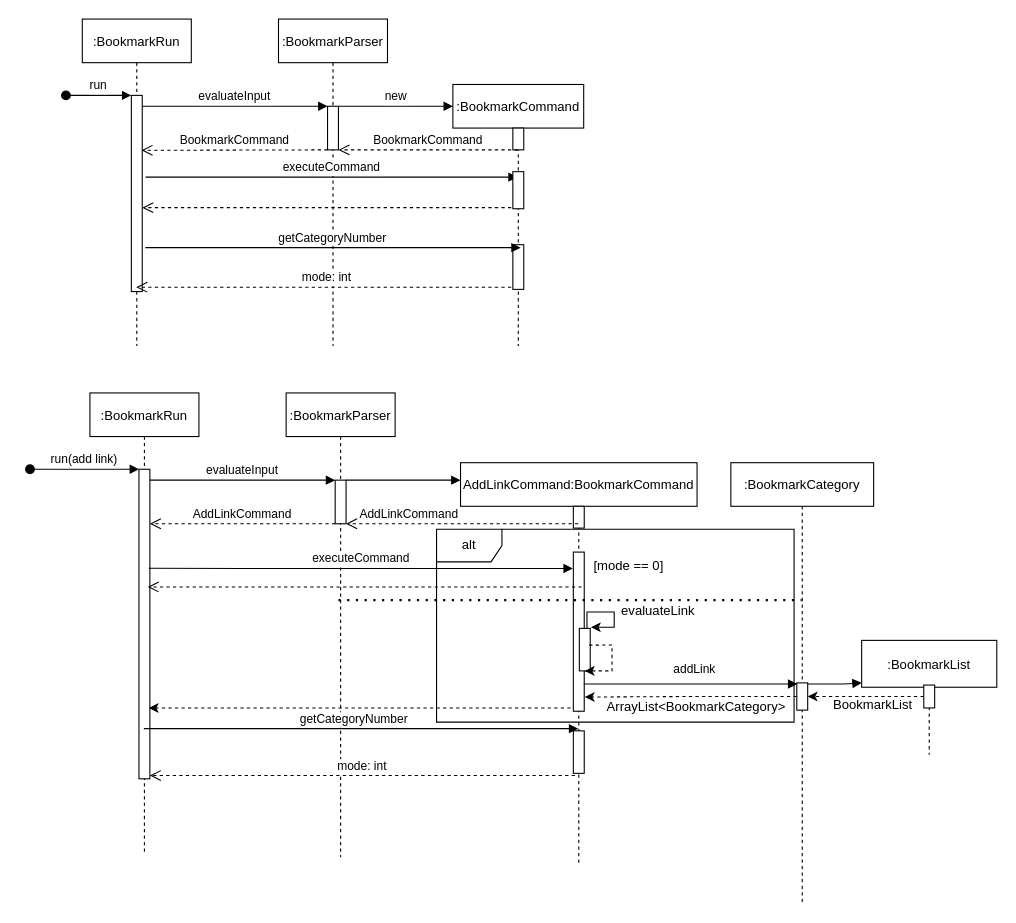
Above: docs/Images/BookmarkDG/Bookmark Sequence Diagram.drawio in nus-cs2113-AY2021S1/tp (draw.io), before the change. Source tidied: cells renumbered, new cells numbered last; positions are measured from the earlier drawing's top-left corner, leaving out a move shared by most shapes. Both pictures are drawn from the tidied source at 109%, with x=0, y=0 at pixel (29, 19).
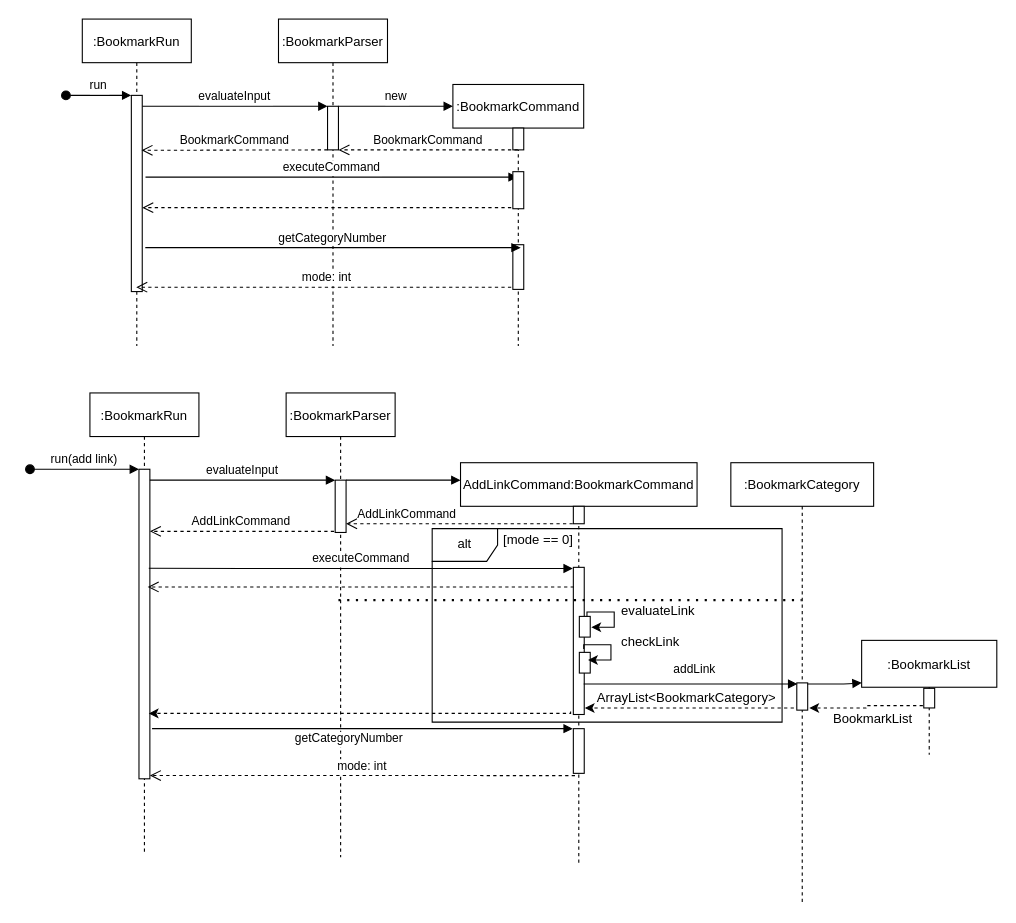
The same diagram, later.

The change refers to these unchanged cells:
```xml
<mxCell id="19" value=":BookmarkRun" style="shape=umlLifeline;perimeter=lifelinePerimeter;rounded=0;shadow=0;strokeWidth=1;" parent="1" vertex="1">
  <mxGeometry x="55" y="343" width="100" height="423" as="geometry" />
</mxCell>
<mxCell id="20" style="points=[];perimeter=orthogonalPerimeter;rounded=0;shadow=0;strokeWidth=1;" parent="19" vertex="1">
  <mxGeometry x="45" y="70" width="10" height="284" as="geometry" />
</mxCell>
<mxCell id="22" value=":BookmarkParser" style="shape=umlLifeline;perimeter=lifelinePerimeter;rounded=0;shadow=0;strokeWidth=1;" parent="1" vertex="1">
  <mxGeometry x="235" y="343" width="100" height="426" as="geometry" />
</mxCell>
<mxCell id="27" value="AddLinkCommand:BookmarkCommand" style="shape=umlLifeline;perimeter=lifelinePerimeter;rounded=0;shadow=0;strokeWidth=1;" parent="1" vertex="1">
  <mxGeometry x="395" y="407" width="217" height="367" as="geometry" />
</mxCell>
<mxCell id="36" style="points=[];perimeter=orthogonalPerimeter;rounded=0;shadow=0;strokeWidth=1;" parent="35" vertex="1">
  <mxGeometry x="60.5" y="202" width="10" height="25" as="geometry" />
</mxCell>
<mxCell id="46" value=":BookmarkList" style="shape=umlLifeline;perimeter=lifelinePerimeter;rounded=0;shadow=0;strokeWidth=1;size=43;" parent="1" vertex="1">
  <mxGeometry x="763" y="570" width="124" height="105" as="geometry" />
</mxCell>
```

What changed in the source:
```diff
@@
     <mxCell id="23" style="points=[];perimeter=orthogonalPerimeter;rounded=0;shadow=0;strokeWidth=1;" parent="22" vertex="1">
-      <mxGeometry x="45" y="80" width="10" height="40" as="geometry" />
+      <mxGeometry x="45" y="80" width="10" height="48" as="geometry" />
     </mxCell>
@@
     <mxCell id="28" style="perimeter=orthogonalPerimeter;rounded=0;shadow=0;strokeWidth=1;" parent="27" vertex="1">
-      <mxGeometry x="103.5" y="40" width="10" height="20" as="geometry" />
+      <mxGeometry x="103.5" y="40" width="10" height="16" as="geometry" />
     </mxCell>
     <mxCell id="29" style="points=[];perimeter=orthogonalPerimeter;rounded=0;shadow=0;strokeWidth=1;" parent="27" vertex="1">
-      <mxGeometry x="103.5" y="82" width="10" height="146" as="geometry" />
+      <mxGeometry x="103.5" y="96" width="10" height="135" as="geometry" />
     </mxCell>
     <mxCell id="30" style="points=[];perimeter=orthogonalPerimeter;rounded=0;shadow=0;strokeWidth=1;" parent="27" vertex="1">
-      <mxGeometry x="103.5" y="246" width="10" height="39" as="geometry" />
+      <mxGeometry x="103.5" y="244" width="10" height="41" as="geometry" />
     </mxCell>
+    <mxCell id="54" style="perimeter=orthogonalPerimeter;rounded=0;shadow=0;strokeWidth=1;" parent="27" vertex="1">
+      <mxGeometry x="109" y="174" width="10" height="19" as="geometry" />
+    </mxCell>
+    <mxCell id="40" style="points=[];perimeter=orthogonalPerimeter;rounded=0;shadow=0;strokeWidth=1;" parent="27" vertex="1">
+      <mxGeometry x="109" y="141" width="10" height="19" as="geometry" />
+    </mxCell>
+    <mxCell id="41" style="edgeStyle=orthogonalEdgeStyle;rounded=0;jettySize=auto;html=1;" parent="27" edge="1" source="40">
+      <mxGeometry relative="1" as="geometry">
+        <mxPoint x="120" y="151" as="targetPoint" />
+        <Array as="points">
+          <mxPoint x="116" y="137" />
+          <mxPoint x="141" y="137" />
+          <mxPoint x="141" y="151" />
+        </Array>
+      </mxGeometry>
+    </mxCell>
@@
     <mxCell id="32" value="AddLinkCommand" style="verticalAlign=bottom;endArrow=open;dashed=1;endSize=8;shadow=0;strokeWidth=1;" parent="1" edge="1">
       <mxGeometry x="0.46" relative="1" as="geometry">
-        <mxPoint x="503" y="463" as="sourcePoint" />
+        <mxPoint x="498" y="463" as="sourcePoint" />
         <mxPoint x="290" y="463" as="targetPoint" />
         <Array as="points">
           <mxPoint x="385" y="463" />
         </Array>
       </mxGeometry>
     </mxCell>
-    <mxCell id="33" value="AddLinkCommand" style="verticalAlign=bottom;endArrow=open;dashed=1;endSize=8;exitX=0;exitY=0.95;shadow=0;strokeWidth=1;" parent="1" edge="1" target="20">
-      <mxGeometry relative="1" as="geometry">
-        <mxPoint x="280" y="463" as="sourcePoint" />
-      </mxGeometry>
+    <mxCell id="33" value="AddLinkCommand" style="verticalAlign=bottom;endArrow=open;dashed=1;endSize=8;exitX=-0.1;exitY=0.979;shadow=0;strokeWidth=1;exitDx=0;exitDy=0;exitPerimeter=0;" parent="1" edge="1" source="23" target="20">
+      <mxGeometry relative="1" as="geometry" />
     </mxCell>
-    <mxCell id="34" value="getCategoryNumber" style="verticalAlign=bottom;endArrow=block;shadow=0;strokeWidth=1;" parent="1" edge="1" source="19" target="27">
-      <mxGeometry x="-0.03" relative="1" as="geometry">
+    <mxCell id="34" value="getCategoryNumber" style="verticalAlign=bottom;endArrow=block;shadow=0;strokeWidth=1;" parent="1" edge="1">
+      <mxGeometry x="-0.06" y="-18" relative="1" as="geometry">
+        <mxPoint x="112" y="651" as="sourcePoint" />
+        <mxPoint x="498" y="651" as="targetPoint" />
         <Array as="points">
           <mxPoint x="170" y="651" />
           <mxPoint x="293" y="651" />
           <mxPoint x="329" y="651" />
         </Array>
       </mxGeometry>
     </mxCell>
@@
     <mxCell id="37" value="alt" style="shape=umlFrame;whiteSpace=wrap;html=1;" parent="1" vertex="1">
-      <mxGeometry x="373" y="468" width="328" height="177" as="geometry" />
+      <mxGeometry x="369" y="467.5" width="321" height="177.5" as="geometry" />
     </mxCell>
     <mxCell id="38" style="verticalAlign=bottom;endArrow=open;dashed=1;endSize=8;shadow=0;strokeWidth=1;" parent="1" edge="1">
       <mxGeometry relative="1" as="geometry">
-        <mxPoint x="506.2" y="521" as="sourcePoint" />
+        <mxPoint x="499" y="521" as="sourcePoint" />
         <mxPoint x="108" y="521" as="targetPoint" />
         <Array as="points">
           <mxPoint x="268.2" y="521" />
           <mxPoint x="238.2" y="521" />
         </Array>
       </mxGeometry>
     </mxCell>
     <mxCell id="39" value="[mode == 0]" style="text;html=1;strokeColor=none;fillColor=none;align=center;verticalAlign=middle;whiteSpace=wrap;rounded=0;" parent="1" vertex="1">
-      <mxGeometry x="515" y="492" width="69" height="20" as="geometry" />
+      <mxGeometry x="432" y="467.5" width="69" height="20" as="geometry" />
     </mxCell>
-    <mxCell id="40" style="points=[];perimeter=orthogonalPerimeter;rounded=0;shadow=0;strokeWidth=1;" parent="1" vertex="1">
-      <mxGeometry x="504" y="559" width="10" height="39" as="geometry" />
-    </mxCell>
-    <mxCell id="41" style="edgeStyle=orthogonalEdgeStyle;rounded=0;orthogonalLoop=1;jettySize=auto;html=1;entryX=1.067;entryY=-0.026;entryDx=0;entryDy=0;entryPerimeter=0;" parent="1" edge="1" source="40" target="40">
-      <mxGeometry relative="1" as="geometry">
-        <Array as="points">
-          <mxPoint x="511" y="544" />
-          <mxPoint x="536" y="544" />
-          <mxPoint x="536" y="558" />
-        </Array>
-      </mxGeometry>
-    </mxCell>
@@
-    <mxCell id="44" style="edgeStyle=orthogonalEdgeStyle;rounded=0;jettySize=auto;html=1;exitX=0.9;exitY=0.393;exitDx=0;exitDy=0;exitPerimeter=0;dashed=1;" parent="1" edge="1" source="40">
-      <mxGeometry relative="1" as="geometry">
-        <mxPoint x="509" y="598" as="targetPoint" />
-        <Array as="points">
-          <mxPoint x="534" y="574" />
-          <mxPoint x="534" y="598" />
-        </Array>
-      </mxGeometry>
-    </mxCell>
@@
     <mxCell id="47" style="points=[];perimeter=orthogonalPerimeter;rounded=0;shadow=0;strokeWidth=1;" parent="46" vertex="1">
-      <mxGeometry x="57" y="41" width="10" height="21" as="geometry" />
+      <mxGeometry x="57" y="44" width="10" height="18" as="geometry" />
     </mxCell>
@@
-    <mxCell id="49" style="edgeStyle=orthogonalEdgeStyle;rounded=0;jettySize=auto;html=1;dashed=1;" parent="1" edge="1" source="47" target="36">
-      <mxGeometry relative="1" as="geometry" />
+    <mxCell id="49" style="edgeStyle=orthogonalEdgeStyle;rounded=0;jettySize=auto;html=1;dashed=1;entryX=1.15;entryY=0.92;entryDx=0;entryDy=0;entryPerimeter=0;exitX=-0.083;exitY=0.881;exitDx=0;exitDy=0;exitPerimeter=0;" parent="1" edge="1" source="47" target="36">
+      <mxGeometry relative="1" as="geometry">
+        <Array as="points">
+          <mxPoint x="767" y="630" />
+          <mxPoint x="767" y="632" />
+        </Array>
+      </mxGeometry>
     </mxCell>
     <mxCell id="50" value="BookmarkList" style="text;html=1;align=center;verticalAlign=middle;" parent="1" vertex="1">
-      <mxGeometry x="731" y="620" width="83" height="18" as="geometry" />
+      <mxGeometry x="731" y="633" width="83" height="18" as="geometry" />
     </mxCell>
-    <mxCell id="51" style="edgeStyle=orthogonalEdgeStyle;rounded=0;jettySize=auto;html=1;dashed=1;entryX=1.05;entryY=0.911;entryDx=0;entryDy=0;entryPerimeter=0;" parent="1" edge="1" source="36" target="29">
-      <mxGeometry relative="1" as="geometry" />
+    <mxCell id="51" style="edgeStyle=orthogonalEdgeStyle;rounded=0;jettySize=auto;html=1;dashed=1;exitX=-0.267;exitY=0.92;exitDx=0;exitDy=0;exitPerimeter=0;" parent="1" edge="1" source="36">
+      <mxGeometry relative="1" as="geometry">
+        <mxPoint x="509" y="632" as="targetPoint" />
+        <Array as="points">
+          <mxPoint x="509" y="632" />
+        </Array>
+      </mxGeometry>
     </mxCell>
     <mxCell id="52" value="ArrayList&amp;lt;BookmarkCategory&amp;gt;" style="text;html=1;align=center;verticalAlign=middle;" parent="1" vertex="1">
-      <mxGeometry x="524" y="622" width="174" height="18" as="geometry" />
+      <mxGeometry x="515" y="613.5" width="174" height="18" as="geometry" />
     </mxCell>
     <mxCell id="53" style="edgeStyle=orthogonalEdgeStyle;rounded=0;jettySize=auto;html=1;dashed=1;exitX=-0.25;exitY=0.979;exitDx=0;exitDy=0;exitPerimeter=0;" parent="1" edge="1" source="29">
       <mxGeometry relative="1" as="geometry">
-        <mxPoint x="109" y="632" as="targetPoint" />
+        <mxPoint x="109" y="637" as="targetPoint" />
         <Array as="points">
-          <mxPoint x="109" y="632" />
+          <mxPoint x="109" y="637" />
         </Array>
       </mxGeometry>
     </mxCell>
+    <mxCell id="55" style="edgeStyle=orthogonalEdgeStyle;rounded=0;orthogonalLoop=1;jettySize=auto;html=1;" parent="1" edge="1">
+      <mxGeometry relative="1" as="geometry">
+        <mxPoint x="508" y="578" as="sourcePoint" />
+        <mxPoint x="512" y="588" as="targetPoint" />
+        <Array as="points">
+          <mxPoint x="508" y="574" />
+          <mxPoint x="533" y="574" />
+          <mxPoint x="533" y="588" />
+        </Array>
+      </mxGeometry>
+    </mxCell>
+    <mxCell id="56" value="checkLink" style="text;html=1;align=center;verticalAlign=middle;" parent="1" vertex="1">
+      <mxGeometry x="537" y="563" width="63" height="18" as="geometry" />
+    </mxCell>
```
